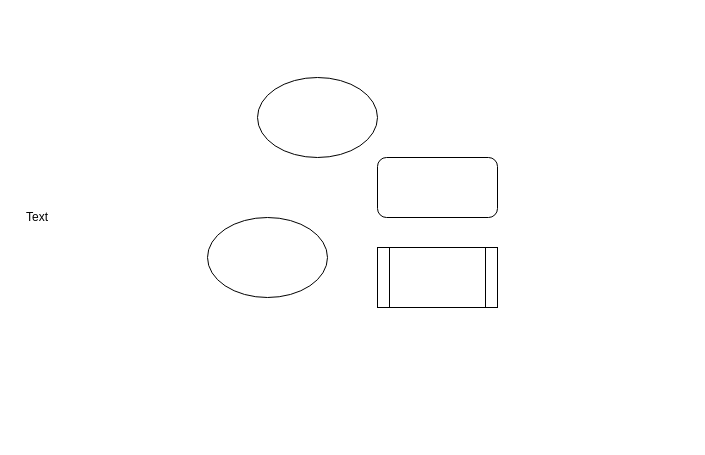
mookeng49/Flowchart keeps this draw.io diagram as Untitled Diagram.drawio. Above is the earlier version. Source tidied: cells renumbered, new cells numbered last; positions are measured from the earlier drawing's top-left corner, leaving out a move shared by most shapes. Both pictures are drawn from the tidied source at 100%, with x=0, y=0 at pixel (17, 77).
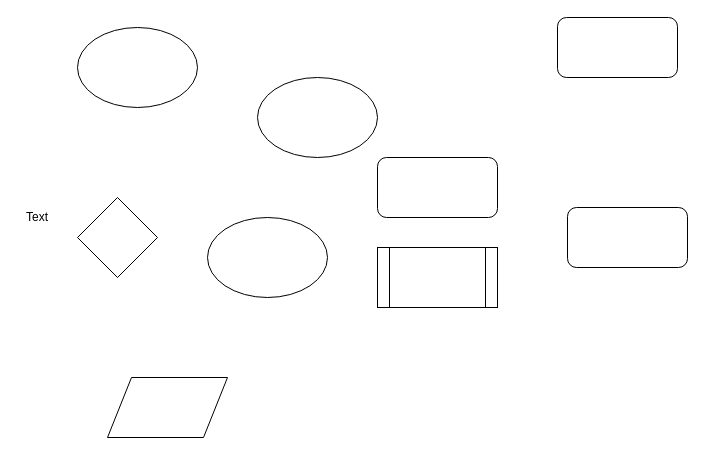
Above is the later version.

The edit, as a diff of the source:
```diff
@@
 <mxGraphModel>
   <root>
     <mxCell id="0" />
     <mxCell id="1" parent="0" />
     <mxCell id="2" style="ellipse;whiteSpace=wrap;html=1;" parent="1" vertex="1">
       <mxGeometry x="190" y="140" width="120" height="80" as="geometry" />
     </mxCell>
     <mxCell id="3" value="Text" style="text;html=1;strokeColor=none;fillColor=none;align=center;verticalAlign=middle;whiteSpace=wrap;rounded=0;" parent="1" vertex="1">
       <mxGeometry y="130" width="40" height="20" as="geometry" />
     </mxCell>
     <mxCell id="4" style="rounded=1;whiteSpace=wrap;html=1;" parent="1" vertex="1">
       <mxGeometry x="360" y="80" width="120" height="60" as="geometry" />
     </mxCell>
     <mxCell id="5" style="ellipse;whiteSpace=wrap;html=1;" parent="1" vertex="1">
       <mxGeometry x="240" width="120" height="80" as="geometry" />
     </mxCell>
     <mxCell id="6" style="shape=process;whiteSpace=wrap;html=1;backgroundOutline=1;" parent="1" vertex="1">
       <mxGeometry x="360" y="170" width="120" height="60" as="geometry" />
     </mxCell>
+    <mxCell id="7" style="ellipse;whiteSpace=wrap;html=1;" parent="1" vertex="1">
+      <mxGeometry x="60" y="-50" width="120" height="80" as="geometry" />
+    </mxCell>
+    <mxCell id="8" style="shape=parallelogram;perimeter=parallelogramPerimeter;whiteSpace=wrap;html=1;" parent="1" vertex="1">
+      <mxGeometry x="90" y="300" width="120" height="60" as="geometry" />
+    </mxCell>
+    <mxCell id="9" style="rhombus;whiteSpace=wrap;html=1;" parent="1" vertex="1">
+      <mxGeometry x="60" y="120" width="80" height="80" as="geometry" />
+    </mxCell>
+    <mxCell id="10" style="rounded=1;whiteSpace=wrap;html=1;" parent="1" vertex="1">
+      <mxGeometry x="540" y="-60" width="120" height="60" as="geometry" />
+    </mxCell>
+    <mxCell id="11" style="rounded=1;whiteSpace=wrap;html=1;" parent="1" vertex="1">
+      <mxGeometry x="550" y="130" width="120" height="60" as="geometry" />
+    </mxCell>
   </root>
 </mxGraphModel>
```
